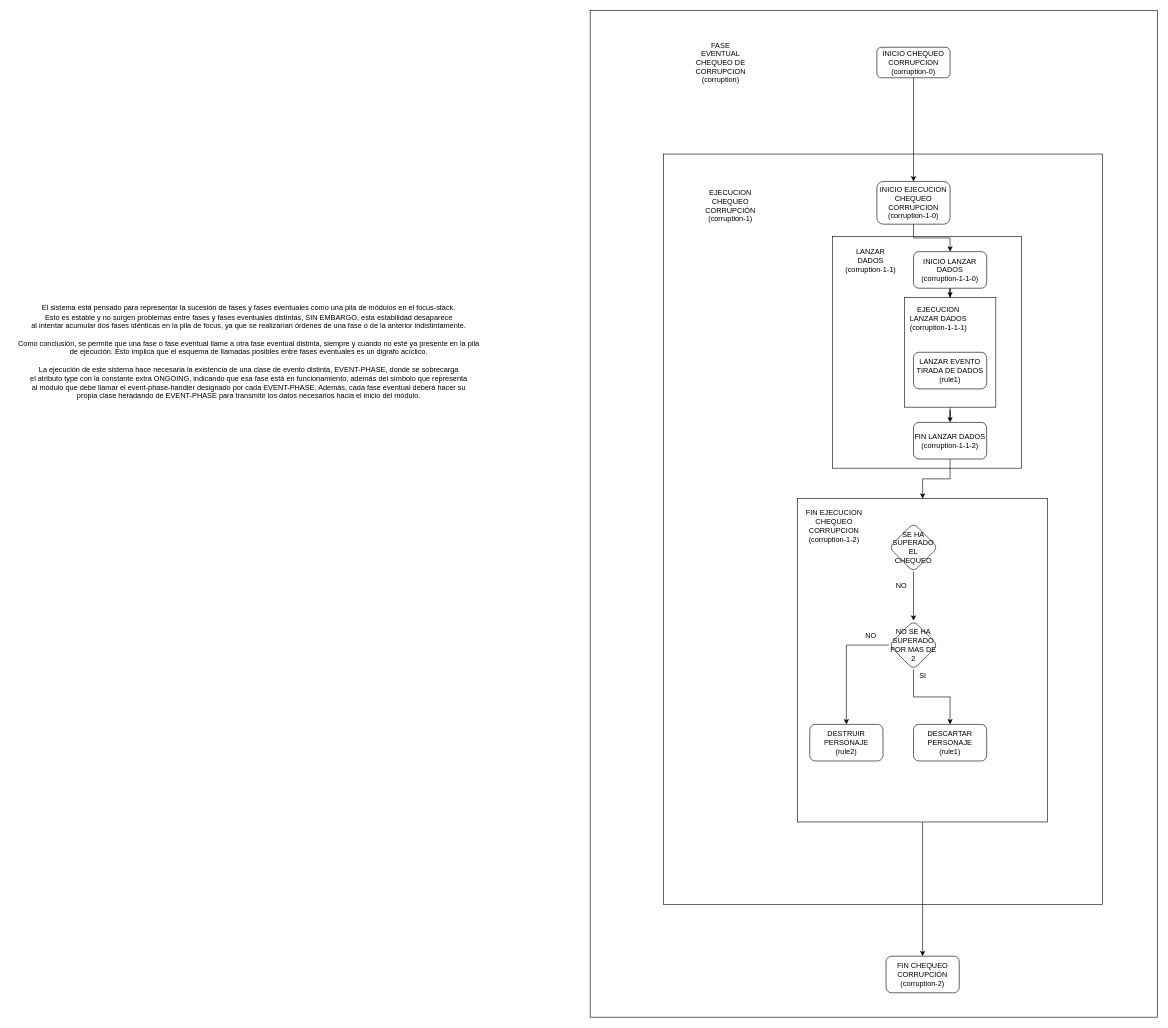
The draw.io diagram page "EP-corruption-check" (2 of 4) of developement/Esquemas.drawio in eru-manifestation/erus-will, before the edit. Source tidied: cells renumbered, new cells numbered last; positions are measured from the earlier drawing's top-left corner, leaving out a move shared by most shapes. Both pictures are drawn from the tidied source at 61%, with x=0, y=0 at pixel (10, 10).
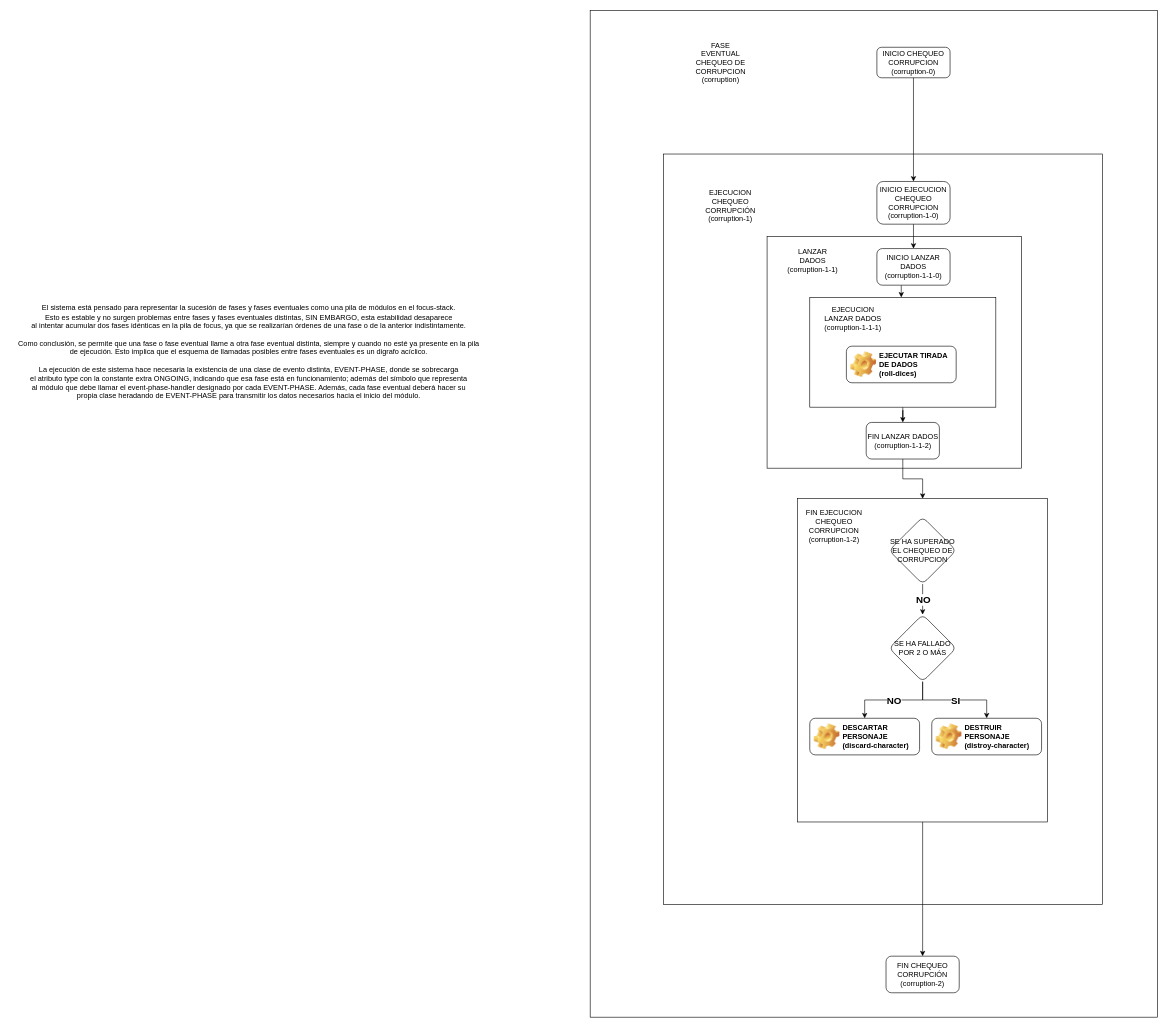
The same page after the edit.

What changed in the source:
```diff
@@
-    <mxCell id="9" style="edgeStyle=orthogonalEdgeStyle;rounded=0;jettySize=auto;html=1;" parent="1" edge="1" source="10" target="13">
-      <mxGeometry relative="1" as="geometry" />
-    </mxCell>
-    <mxCell id="10" value="SE HA SUPERADO EL CHEQUEO" style="rhombus;whiteSpace=wrap;html=1;rounded=1;" parent="1" vertex="1">
-      <mxGeometry x="1440" y="840" width="80" height="80" as="geometry" />
-    </mxCell>
-    <mxCell id="11" style="edgeStyle=orthogonalEdgeStyle;rounded=0;jettySize=auto;html=1;" parent="1" edge="1" source="13" target="14">
+    <mxCell id="11" style="edgeStyle=orthogonalEdgeStyle;rounded=0;jettySize=auto;html=1;shadow=0;jumpStyle=none;fontSize=100;" parent="1" edge="1" source="13" target="40">
       <mxGeometry relative="1" as="geometry" />
     </mxCell>
+    <mxCell id="18" value="SI" style="edgeLabel;html=1;align=center;verticalAlign=middle;fontSize=16;fontStyle=1;" parent="11" vertex="1">
+      <mxGeometry relative="1" as="geometry" />
+    </mxCell>
-    <mxCell id="12" style="edgeStyle=orthogonalEdgeStyle;rounded=0;jettySize=auto;html=1;" parent="1" edge="1" source="13" target="15">
+    <mxCell id="12" style="edgeStyle=orthogonalEdgeStyle;rounded=0;jettySize=auto;html=1;targetPerimeterSpacing=0;verticalAlign=top;" parent="1" edge="1" source="13" target="41">
       <mxGeometry relative="1" as="geometry" />
     </mxCell>
+    <mxCell id="35" value="NO" style="edgeLabel;html=1;align=center;verticalAlign=middle;fontStyle=1;fontSize=16;" parent="12" vertex="1">
+      <mxGeometry relative="1" as="geometry" />
+    </mxCell>
-    <mxCell id="13" value="NO SE HA SUPERADO POR MAS DE 2" style="rhombus;whiteSpace=wrap;html=1;rounded=1;" parent="1" vertex="1">
-      <mxGeometry x="1440" y="1000" width="80" height="80" as="geometry" />
+    <mxCell id="13" value="SE HA FALLADO POR 2 O MÁS" style="rhombus;whiteSpace=wrap;html=1;rounded=1;" parent="1" vertex="1">
+      <mxGeometry x="1440" y="990" width="110" height="110" as="geometry" />
     </mxCell>
-    <mxCell id="14" value="DESCARTAR PERSONAJE&lt;br&gt;(rule1)" style="whiteSpace=wrap;html=1;rounded=1;" parent="1" vertex="1">
-      <mxGeometry x="1480" y="1170" width="120" height="60" as="geometry" />
-    </mxCell>
-    <mxCell id="15" value="DESTRUIR PERSONAJE&lt;br&gt;(rule2)" style="whiteSpace=wrap;html=1;rounded=1;" parent="1" vertex="1">
-      <mxGeometry x="1310" y="1170" width="120" height="60" as="geometry" />
-    </mxCell>
-    <mxCell id="16" value="NO" style="text;html=1;align=center;verticalAlign=middle;strokeColor=none;fillColor=none;" parent="1" vertex="1">
-      <mxGeometry x="1440" y="928" width="40" height="30" as="geometry" />
-    </mxCell>
-    <mxCell id="17" value="NO" style="text;html=1;align=center;verticalAlign=middle;strokeColor=none;fillColor=none;" parent="1" vertex="1">
-      <mxGeometry x="1390" y="1010" width="40" height="30" as="geometry" />
-    </mxCell>
-    <mxCell id="18" value="SI" style="text;html=1;align=center;verticalAlign=middle;strokeColor=none;fillColor=none;" parent="1" vertex="1">
-      <mxGeometry x="1480" y="1075" width="30" height="30" as="geometry" />
-    </mxCell>
@@
     <mxCell id="20" style="rounded=0;whiteSpace=wrap;html=1;" parent="1" vertex="1">
-      <mxGeometry x="1347" y="370" width="310" height="380" as="geometry" />
+      <mxGeometry x="1240" y="370" width="417" height="380" as="geometry" />
     </mxCell>
     <mxCell id="21" style="edgeStyle=orthogonalEdgeStyle;rounded=0;jettySize=auto;html=1;" parent="1" edge="1" source="22" target="31">
-      <mxGeometry relative="1" as="geometry" />
+      <mxGeometry relative="1" as="geometry">
+        <Array as="points">
+          <mxPoint x="1460" y="460" />
+          <mxPoint x="1460" y="460" />
+        </Array>
+      </mxGeometry>
     </mxCell>
     <mxCell id="22" value="INICIO LANZAR DADOS&lt;br&gt;(corruption-1-1-0)" style="rounded=1;whiteSpace=wrap;html=1;" parent="1" vertex="1">
-      <mxGeometry x="1480" y="395" width="120" height="60" as="geometry" />
+      <mxGeometry x="1420" y="390" width="120" height="60" as="geometry" />
     </mxCell>
@@
     <mxCell id="24" value="FIN LANZAR DADOS&lt;br&gt;(corruption-1-1-2)" style="whiteSpace=wrap;html=1;rounded=1;" parent="1" vertex="1">
-      <mxGeometry x="1480" y="675" width="120" height="60" as="geometry" />
+      <mxGeometry x="1402.5" y="675" width="120" height="60" as="geometry" />
     </mxCell>
     <mxCell id="25" value="LANZAR DADOS (corruption-1-1)" style="text;html=1;strokeColor=none;fillColor=none;align=center;verticalAlign=middle;whiteSpace=wrap;rounded=0;" parent="1" vertex="1">
-      <mxGeometry x="1365" y="395" width="90" height="30" as="geometry" />
+      <mxGeometry x="1270" y="395" width="90" height="30" as="geometry" />
     </mxCell>
@@
     <mxCell id="31" style="rounded=0;whiteSpace=wrap;html=1;" parent="1" vertex="1">
-      <mxGeometry x="1465" y="470" width="150" height="180" as="geometry" />
+      <mxGeometry x="1310" y="470" width="305" height="180" as="geometry" />
     </mxCell>
     <mxCell id="32" value="EJECUCION LANZAR DADOS&lt;br&gt;(corruption-1-1-1)" style="text;html=1;strokeColor=none;fillColor=none;align=center;verticalAlign=middle;whiteSpace=wrap;rounded=0;" parent="1" vertex="1">
-      <mxGeometry x="1472" y="490" width="98" height="30" as="geometry" />
+      <mxGeometry x="1332" y="490" width="98" height="30" as="geometry" />
     </mxCell>
-    <mxCell id="33" value="LANZAR EVENTO TIRADA DE DADOS&lt;br&gt;(rule1)" style="rounded=1;whiteSpace=wrap;html=1;" parent="1" vertex="1">
-      <mxGeometry x="1480" y="560" width="120" height="60" as="geometry" />
-    </mxCell>
@@
+    <mxCell id="36" value="EJECUTAR TIRADA DE DADOS&lt;br&gt;(roll-dices)" style="label;whiteSpace=wrap;html=1;image=img/clipart/Gear_128x128.png;" parent="1" vertex="1">
+      <mxGeometry x="1370" y="550" width="180" height="60" as="geometry" />
+    </mxCell>
+    <mxCell id="37" style="edgeStyle=orthogonalEdgeStyle;rounded=0;jettySize=auto;html=1;targetPerimeterSpacing=0;verticalAlign=top;entryX=0.5;entryY=0;entryDx=0;entryDy=0;" parent="1" edge="1" source="39" target="13">
+      <mxGeometry relative="1" as="geometry" />
+    </mxCell>
+    <mxCell id="38" value="NO" style="edgeLabel;html=1;align=center;verticalAlign=middle;fontStyle=1;fontSize=16;" parent="37" vertex="1">
+      <mxGeometry relative="1" as="geometry" />
+    </mxCell>
+    <mxCell id="39" value="SE HA SUPERADO EL CHEQUEO DE CORRUPCION" style="rhombus;whiteSpace=wrap;html=1;rounded=1;" parent="1" vertex="1">
+      <mxGeometry x="1440" y="830" width="110" height="110" as="geometry" />
+    </mxCell>
+    <mxCell id="40" value="DESTRUIR PERSONAJE&lt;br&gt;(distroy-character)" style="label;whiteSpace=wrap;html=1;image=img/clipart/Gear_128x128.png;" parent="1" vertex="1">
+      <mxGeometry x="1510" y="1160" width="180" height="60" as="geometry" />
+    </mxCell>
+    <mxCell id="41" value="DESCARTAR PERSONAJE&lt;br&gt;(discard-character)" style="label;whiteSpace=wrap;html=1;image=img/clipart/Gear_128x128.png;" parent="1" vertex="1">
+      <mxGeometry x="1310" y="1160" width="180" height="60" as="geometry" />
+    </mxCell>
```
